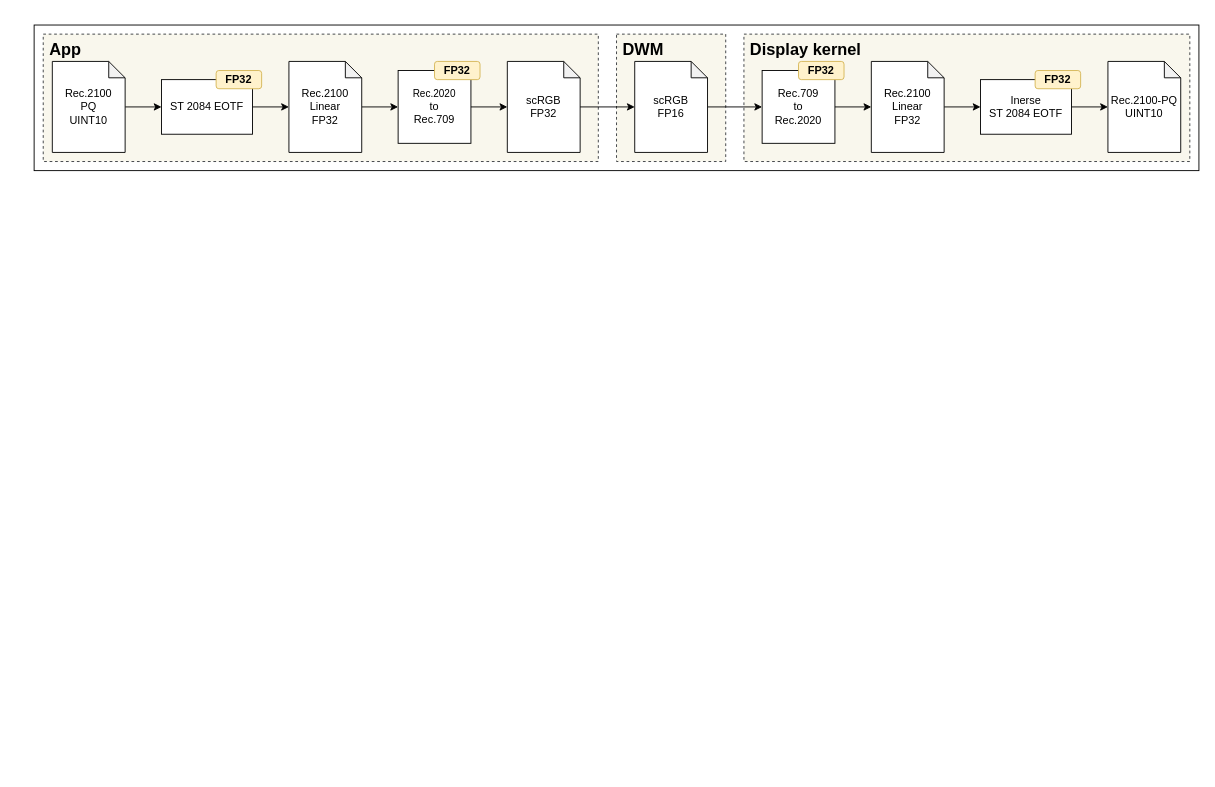
Before: page "Windows_Color_Process" (2 of 2) of 2024/06_Correct_Windows_HDR_Output2/img/windows_signal_processing.drawio in toru-ver4/sample_code, a draw.io diagram. Source tidied: cells renumbered, new cells numbered last; positions are measured from the earlier drawing's top-left corner, leaving out a move shared by most shapes. Both pictures are drawn from the tidied source at 91%, with x=0, y=0 at pixel (34, 25).
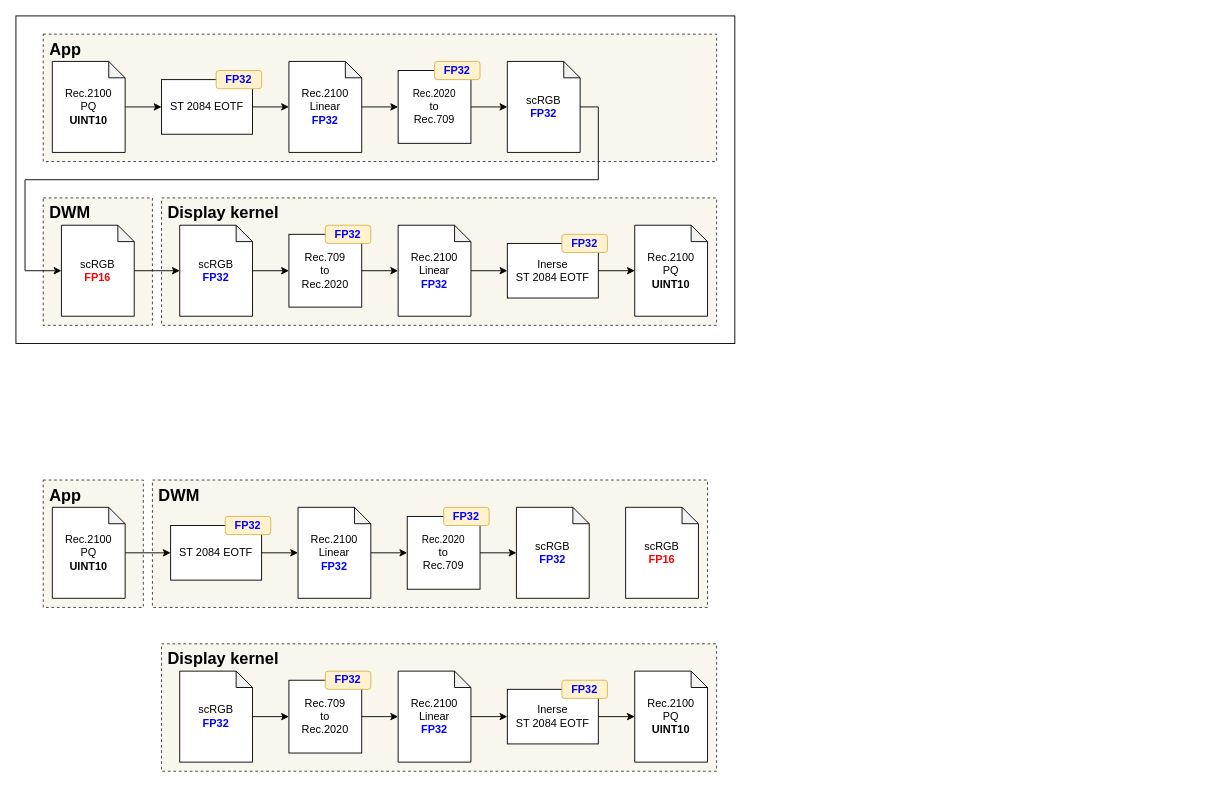
The same diagram, later.

The edit, as a diff of the source:
```diff
@@
     <mxCell id="2" style="rounded=0;whiteSpace=wrap;html=1;" parent="1" vertex="1">
-      <mxGeometry width="1280" height="160" as="geometry" />
+      <mxGeometry x="-20" y="-10" width="790" height="360" as="geometry" />
     </mxCell>
     <mxCell id="3" value="&amp;nbsp;Display kernel" style="rounded=0;whiteSpace=wrap;html=1;fontSize=18;verticalAlign=top;align=left;fontStyle=1;dashed=1;fillColor=#f9f7ed;strokeColor=#36393d;" parent="1" vertex="1">
-      <mxGeometry x="780" y="10" width="490" height="140" as="geometry" />
+      <mxGeometry x="140" y="190" width="610" height="140" as="geometry" />
     </mxCell>
     <mxCell id="4" value="&amp;nbsp;DWM" style="rounded=0;whiteSpace=wrap;html=1;fontSize=18;verticalAlign=top;align=left;fontStyle=1;dashed=1;fillColor=#f9f7ed;strokeColor=#36393d;" parent="1" vertex="1">
-      <mxGeometry x="640" y="10" width="120" height="140" as="geometry" />
+      <mxGeometry x="10" y="190" width="120" height="140" as="geometry" />
     </mxCell>
     <mxCell id="5" value="&amp;nbsp;App" style="rounded=0;whiteSpace=wrap;html=1;fontSize=18;verticalAlign=top;align=left;fontStyle=1;dashed=1;fillColor=#f9f7ed;strokeColor=#36393d;" parent="1" vertex="1">
-      <mxGeometry x="10" y="10" width="610" height="140" as="geometry" />
+      <mxGeometry x="10" y="10" width="740" height="140" as="geometry" />
     </mxCell>
@@
-    <mxCell id="7" value="&lt;div&gt;&lt;span style=&quot;background-color: initial;&quot;&gt;Rec.2100&lt;/span&gt;&lt;br&gt;&lt;/div&gt;&lt;div&gt;&lt;span style=&quot;background-color: initial;&quot;&gt;PQ&lt;/span&gt;&lt;/div&gt;UINT10" style="shape=note;whiteSpace=wrap;html=1;backgroundOutline=1;darkOpacity=0.05;size=18;" parent="1" vertex="1">
+    <mxCell id="7" value="&lt;div&gt;&lt;span style=&quot;background-color: initial;&quot;&gt;Rec.2100&lt;/span&gt;&lt;br&gt;&lt;/div&gt;&lt;div&gt;&lt;span style=&quot;background-color: initial;&quot;&gt;PQ&lt;/span&gt;&lt;/div&gt;&lt;b&gt;UINT10&lt;/b&gt;" style="shape=note;whiteSpace=wrap;html=1;backgroundOutline=1;darkOpacity=0.05;size=18;" parent="1" vertex="1">
       <mxGeometry x="20" y="40" width="80" height="100" as="geometry" />
     </mxCell>
@@
-    <mxCell id="9" value="&lt;div&gt;&lt;span style=&quot;background-color: initial;&quot;&gt;Rec.2100&lt;/span&gt;&lt;br&gt;&lt;/div&gt;&lt;div&gt;&lt;span style=&quot;background-color: initial;&quot;&gt;Linear&lt;/span&gt;&lt;/div&gt;FP32" style="shape=note;whiteSpace=wrap;html=1;backgroundOutline=1;darkOpacity=0.05;size=18;" parent="1" vertex="1">
+    <mxCell id="9" value="&lt;div&gt;&lt;span style=&quot;background-color: initial;&quot;&gt;Rec.2100&lt;/span&gt;&lt;br&gt;&lt;/div&gt;&lt;div&gt;&lt;span style=&quot;background-color: initial;&quot;&gt;Linear&lt;/span&gt;&lt;/div&gt;&lt;font color=&quot;#0000ff&quot;&gt;&lt;b&gt;FP32&lt;/b&gt;&lt;/font&gt;" style="shape=note;whiteSpace=wrap;html=1;backgroundOutline=1;darkOpacity=0.05;size=18;" parent="1" vertex="1">
       <mxGeometry x="280" y="40" width="80" height="100" as="geometry" />
     </mxCell>
-    <mxCell id="10" style="edgeStyle=orthogonalEdgeStyle;rounded=0;jettySize=auto;html=1;entryX=0;entryY=0.5;entryDx=0;entryDy=0;" parent="1" edge="1" source="11" target="15">
+    <mxCell id="10" style="edgeStyle=orthogonalEdgeStyle;rounded=0;jettySize=auto;html=1;entryX=0;entryY=0.5;entryDx=0;entryDy=0;entryPerimeter=0;" parent="1" edge="1" source="11" target="30">
       <mxGeometry relative="1" as="geometry" />
     </mxCell>
-    <mxCell id="11" value="&lt;div&gt;scRGB&lt;/div&gt;&lt;div&gt;FP16&lt;/div&gt;" style="shape=note;whiteSpace=wrap;html=1;backgroundOutline=1;darkOpacity=0.05;size=18;" parent="1" vertex="1">
-      <mxGeometry x="660" y="40" width="80" height="100" as="geometry" />
+    <mxCell id="11" value="&lt;div&gt;scRGB&lt;/div&gt;&lt;div&gt;&lt;font color=&quot;#ff0000&quot;&gt;&lt;b&gt;FP16&lt;/b&gt;&lt;/font&gt;&lt;/div&gt;" style="shape=note;whiteSpace=wrap;html=1;backgroundOutline=1;darkOpacity=0.05;size=18;" parent="1" vertex="1">
+      <mxGeometry x="30" y="220" width="80" height="100" as="geometry" />
     </mxCell>
-    <mxCell id="12" value="&lt;div&gt;Rec.2100-PQ&lt;/div&gt;&lt;div&gt;UINT10&lt;/div&gt;" style="shape=note;whiteSpace=wrap;html=1;backgroundOutline=1;darkOpacity=0.05;size=18;" parent="1" vertex="1">
-      <mxGeometry x="1180" y="40" width="80" height="100" as="geometry" />
+    <mxCell id="12" value="&lt;div&gt;Rec.2100&lt;/div&gt;&lt;div&gt;PQ&lt;/div&gt;&lt;div&gt;&lt;b&gt;UINT10&lt;/b&gt;&lt;/div&gt;" style="shape=note;whiteSpace=wrap;html=1;backgroundOutline=1;darkOpacity=0.05;size=18;" parent="1" vertex="1">
+      <mxGeometry x="660" y="220" width="80" height="100" as="geometry" />
     </mxCell>
@@
     <mxCell id="15" value="&lt;div&gt;&lt;span style=&quot;background-color: initial;&quot;&gt;Rec.709&lt;/span&gt;&lt;br&gt;&lt;/div&gt;&lt;div&gt;&lt;span style=&quot;background-color: initial;&quot;&gt;to&lt;/span&gt;&lt;/div&gt;&lt;div&gt;&lt;span style=&quot;background-color: initial;&quot;&gt;Rec.2020&lt;/span&gt;&lt;/div&gt;" style="rounded=0;whiteSpace=wrap;html=1;" parent="1" vertex="1">
-      <mxGeometry x="800" y="50" width="80" height="80" as="geometry" />
+      <mxGeometry x="280" y="230" width="80" height="80" as="geometry" />
     </mxCell>
-    <mxCell id="16" value="&lt;div&gt;scRGB&lt;/div&gt;&lt;div&gt;FP32&lt;/div&gt;" style="shape=note;whiteSpace=wrap;html=1;backgroundOutline=1;darkOpacity=0.05;size=18;" parent="1" vertex="1">
+    <mxCell id="16" value="&lt;div&gt;scRGB&lt;/div&gt;&lt;div&gt;&lt;b&gt;&lt;font color=&quot;#0000ff&quot;&gt;FP32&lt;/font&gt;&lt;/b&gt;&lt;/div&gt;" style="shape=note;whiteSpace=wrap;html=1;backgroundOutline=1;darkOpacity=0.05;size=18;" parent="1" vertex="1">
       <mxGeometry x="520" y="40" width="80" height="100" as="geometry" />
     </mxCell>
@@
-    <mxCell id="18" value="&lt;div&gt;&lt;span style=&quot;background-color: initial;&quot;&gt;Rec.2100&lt;/span&gt;&lt;br&gt;&lt;/div&gt;&lt;div&gt;&lt;span style=&quot;background-color: initial;&quot;&gt;Linear&lt;/span&gt;&lt;/div&gt;FP32" style="shape=note;whiteSpace=wrap;html=1;backgroundOutline=1;darkOpacity=0.05;size=18;" parent="1" vertex="1">
-      <mxGeometry x="920" y="40" width="80" height="100" as="geometry" />
+    <mxCell id="18" value="&lt;div&gt;&lt;span style=&quot;background-color: initial;&quot;&gt;Rec.2100&lt;/span&gt;&lt;br&gt;&lt;/div&gt;&lt;div&gt;&lt;span style=&quot;background-color: initial;&quot;&gt;Linear&lt;/span&gt;&lt;/div&gt;&lt;font color=&quot;#0000ff&quot;&gt;&lt;b&gt;FP32&lt;/b&gt;&lt;/font&gt;" style="shape=note;whiteSpace=wrap;html=1;backgroundOutline=1;darkOpacity=0.05;size=18;" parent="1" vertex="1">
+      <mxGeometry x="400" y="220" width="80" height="100" as="geometry" />
     </mxCell>
     <mxCell id="19" value="&lt;div&gt;Inerse&lt;/div&gt;&lt;div&gt;ST 2084 EOTF&lt;/div&gt;" style="rounded=0;whiteSpace=wrap;html=1;" parent="1" vertex="1">
-      <mxGeometry x="1040" y="60" width="100" height="60" as="geometry" />
+      <mxGeometry x="520" y="240" width="100" height="60" as="geometry" />
     </mxCell>
-    <mxCell id="20" value="FP32" style="rounded=1;whiteSpace=wrap;html=1;fillColor=#fff2cc;strokeColor=#d6b656;fontStyle=1;" parent="1" vertex="1">
+    <mxCell id="20" value="FP32" style="rounded=1;whiteSpace=wrap;html=1;fillColor=#fff2cc;strokeColor=#d6b656;fontStyle=1;fontColor=#0000FF;" parent="1" vertex="1">
       <mxGeometry x="200" y="50" width="50" height="20" as="geometry" />
     </mxCell>
-    <mxCell id="21" value="FP32" style="rounded=1;whiteSpace=wrap;html=1;fillColor=#fff2cc;strokeColor=#d6b656;fontStyle=1;" parent="1" vertex="1">
+    <mxCell id="21" value="FP32" style="rounded=1;whiteSpace=wrap;html=1;fillColor=#fff2cc;strokeColor=#d6b656;fontStyle=1;fontColor=#0000FF;" parent="1" vertex="1">
       <mxGeometry x="440" y="40" width="50" height="20" as="geometry" />
     </mxCell>
-    <mxCell id="22" value="FP32" style="rounded=1;whiteSpace=wrap;html=1;fillColor=#fff2cc;strokeColor=#d6b656;fontStyle=1;" parent="1" vertex="1">
-      <mxGeometry x="840" y="40" width="50" height="20" as="geometry" />
+    <mxCell id="22" value="&lt;font color=&quot;#0000ff&quot;&gt;FP32&lt;/font&gt;" style="rounded=1;whiteSpace=wrap;html=1;fillColor=#fff2cc;strokeColor=#d6b656;fontStyle=1;" parent="1" vertex="1">
+      <mxGeometry x="320" y="220" width="50" height="20" as="geometry" />
     </mxCell>
-    <mxCell id="23" value="FP32" style="rounded=1;whiteSpace=wrap;html=1;fillColor=#fff2cc;strokeColor=#d6b656;fontStyle=1;" parent="1" vertex="1">
-      <mxGeometry x="1100" y="50" width="50" height="20" as="geometry" />
+    <mxCell id="23" value="&lt;font color=&quot;#0000ff&quot;&gt;FP32&lt;/font&gt;" style="rounded=1;whiteSpace=wrap;html=1;fillColor=#fff2cc;strokeColor=#d6b656;fontStyle=1;" parent="1" vertex="1">
+      <mxGeometry x="580" y="230" width="50" height="20" as="geometry" />
     </mxCell>
@@
     <mxCell id="26" style="edgeStyle=orthogonalEdgeStyle;rounded=0;jettySize=auto;html=1;entryX=0;entryY=0.5;entryDx=0;entryDy=0;entryPerimeter=0;" parent="1" edge="1" source="16" target="11">
-      <mxGeometry relative="1" as="geometry" />
+      <mxGeometry relative="1" as="geometry">
+        <Array as="points">
+          <mxPoint x="620" y="90" />
+          <mxPoint x="620" y="170" />
+          <mxPoint x="-10" y="170" />
+          <mxPoint x="-10" y="270" />
+        </Array>
+      </mxGeometry>
     </mxCell>
@@
+    <mxCell id="29" style="edgeStyle=orthogonalEdgeStyle;rounded=0;jettySize=auto;html=1;entryX=0;entryY=0.5;entryDx=0;entryDy=0;" parent="1" edge="1" source="30" target="15">
+      <mxGeometry relative="1" as="geometry" />
+    </mxCell>
+    <mxCell id="30" value="&lt;div&gt;scRGB&lt;/div&gt;&lt;div&gt;&lt;b&gt;&lt;font color=&quot;#0000ff&quot;&gt;FP32&lt;/font&gt;&lt;/b&gt;&lt;/div&gt;" style="shape=note;whiteSpace=wrap;html=1;backgroundOutline=1;darkOpacity=0.05;size=18;" parent="1" vertex="1">
+      <mxGeometry x="160" y="220" width="80" height="100" as="geometry" />
+    </mxCell>
+    <mxCell id="31" value="&amp;nbsp;Display kernel" style="rounded=0;whiteSpace=wrap;html=1;fontSize=18;verticalAlign=top;align=left;fontStyle=1;dashed=1;fillColor=#f9f7ed;strokeColor=#36393d;" parent="1" vertex="1">
+      <mxGeometry x="140" y="680" width="610" height="140" as="geometry" />
+    </mxCell>
+    <mxCell id="32" value="&amp;nbsp;DWM" style="rounded=0;whiteSpace=wrap;html=1;fontSize=18;verticalAlign=top;align=left;fontStyle=1;dashed=1;fillColor=#f9f7ed;strokeColor=#36393d;" parent="1" vertex="1">
+      <mxGeometry x="130" y="500" width="610" height="140" as="geometry" />
+    </mxCell>
+    <mxCell id="33" value="&amp;nbsp;App" style="rounded=0;whiteSpace=wrap;html=1;fontSize=18;verticalAlign=top;align=left;fontStyle=1;dashed=1;fillColor=#f9f7ed;strokeColor=#36393d;" parent="1" vertex="1">
+      <mxGeometry x="10" y="500" width="110" height="140" as="geometry" />
+    </mxCell>
+    <mxCell id="34" style="edgeStyle=orthogonalEdgeStyle;rounded=0;jettySize=auto;html=1;entryX=0;entryY=0.5;entryDx=0;entryDy=0;" parent="1" edge="1" source="35" target="41">
+      <mxGeometry relative="1" as="geometry" />
+    </mxCell>
+    <mxCell id="35" value="&lt;div&gt;&lt;span style=&quot;background-color: initial;&quot;&gt;Rec.2100&lt;/span&gt;&lt;br&gt;&lt;/div&gt;&lt;div&gt;&lt;span style=&quot;background-color: initial;&quot;&gt;PQ&lt;/span&gt;&lt;/div&gt;&lt;b&gt;UINT10&lt;/b&gt;" style="shape=note;whiteSpace=wrap;html=1;backgroundOutline=1;darkOpacity=0.05;size=18;" parent="1" vertex="1">
+      <mxGeometry x="20" y="530" width="80" height="100" as="geometry" />
+    </mxCell>
+    <mxCell id="36" style="edgeStyle=orthogonalEdgeStyle;rounded=0;jettySize=auto;html=1;entryX=0;entryY=0.5;entryDx=0;entryDy=0;" parent="1" edge="1" source="37" target="40">
+      <mxGeometry relative="1" as="geometry" />
+    </mxCell>
+    <mxCell id="37" value="&lt;div&gt;&lt;span style=&quot;background-color: initial;&quot;&gt;Rec.2100&lt;/span&gt;&lt;br&gt;&lt;/div&gt;&lt;div&gt;&lt;span style=&quot;background-color: initial;&quot;&gt;Linear&lt;/span&gt;&lt;/div&gt;&lt;font color=&quot;#0000ff&quot;&gt;&lt;b&gt;FP32&lt;/b&gt;&lt;/font&gt;" style="shape=note;whiteSpace=wrap;html=1;backgroundOutline=1;darkOpacity=0.05;size=18;" parent="1" vertex="1">
+      <mxGeometry x="290" y="530" width="80" height="100" as="geometry" />
+    </mxCell>
+    <mxCell id="38" value="&lt;div&gt;scRGB&lt;/div&gt;&lt;div&gt;&lt;font color=&quot;#ff0000&quot;&gt;&lt;b&gt;FP16&lt;/b&gt;&lt;/font&gt;&lt;/div&gt;" style="shape=note;whiteSpace=wrap;html=1;backgroundOutline=1;darkOpacity=0.05;size=18;" parent="1" vertex="1">
+      <mxGeometry x="650" y="530" width="80" height="100" as="geometry" />
+    </mxCell>
+    <mxCell id="39" value="&lt;div&gt;Rec.2100&lt;/div&gt;&lt;div&gt;PQ&lt;/div&gt;&lt;div&gt;&lt;b&gt;UINT10&lt;/b&gt;&lt;/div&gt;" style="shape=note;whiteSpace=wrap;html=1;backgroundOutline=1;darkOpacity=0.05;size=18;" parent="1" vertex="1">
+      <mxGeometry x="660" y="710" width="80" height="100" as="geometry" />
+    </mxCell>
+    <mxCell id="40" value="&lt;div style=&quot;font-size: 11px;&quot;&gt;&lt;span style=&quot;background-color: initial;&quot;&gt;Rec.2020&lt;/span&gt;&lt;br&gt;&lt;/div&gt;&lt;div&gt;&lt;span style=&quot;background-color: initial;&quot;&gt;to&lt;/span&gt;&lt;/div&gt;&lt;div&gt;&lt;span style=&quot;background-color: initial;&quot;&gt;Rec.709&lt;/span&gt;&lt;/div&gt;" style="rounded=0;whiteSpace=wrap;html=1;" parent="1" vertex="1">
+      <mxGeometry x="410" y="540" width="80" height="80" as="geometry" />
+    </mxCell>
+    <mxCell id="41" value="&lt;div&gt;ST 2084 EOTF&lt;/div&gt;" style="rounded=0;whiteSpace=wrap;html=1;" parent="1" vertex="1">
+      <mxGeometry x="150" y="550" width="100" height="60" as="geometry" />
+    </mxCell>
+    <mxCell id="42" value="&lt;div&gt;&lt;span style=&quot;background-color: initial;&quot;&gt;Rec.709&lt;/span&gt;&lt;br&gt;&lt;/div&gt;&lt;div&gt;&lt;span style=&quot;background-color: initial;&quot;&gt;to&lt;/span&gt;&lt;/div&gt;&lt;div&gt;&lt;span style=&quot;background-color: initial;&quot;&gt;Rec.2020&lt;/span&gt;&lt;/div&gt;" style="rounded=0;whiteSpace=wrap;html=1;" parent="1" vertex="1">
+      <mxGeometry x="280" y="720" width="80" height="80" as="geometry" />
+    </mxCell>
+    <mxCell id="43" value="&lt;div&gt;scRGB&lt;/div&gt;&lt;div&gt;&lt;b&gt;&lt;font color=&quot;#0000ff&quot;&gt;FP32&lt;/font&gt;&lt;/b&gt;&lt;/div&gt;" style="shape=note;whiteSpace=wrap;html=1;backgroundOutline=1;darkOpacity=0.05;size=18;" parent="1" vertex="1">
+      <mxGeometry x="530" y="530" width="80" height="100" as="geometry" />
+    </mxCell>
+    <mxCell id="44" style="edgeStyle=orthogonalEdgeStyle;rounded=0;jettySize=auto;html=1;entryX=0;entryY=0.5;entryDx=0;entryDy=0;" parent="1" edge="1" source="45" target="46">
+      <mxGeometry relative="1" as="geometry" />
+    </mxCell>
+    <mxCell id="45" value="&lt;div&gt;&lt;span style=&quot;background-color: initial;&quot;&gt;Rec.2100&lt;/span&gt;&lt;br&gt;&lt;/div&gt;&lt;div&gt;&lt;span style=&quot;background-color: initial;&quot;&gt;Linear&lt;/span&gt;&lt;/div&gt;&lt;font color=&quot;#0000ff&quot;&gt;&lt;b&gt;FP32&lt;/b&gt;&lt;/font&gt;" style="shape=note;whiteSpace=wrap;html=1;backgroundOutline=1;darkOpacity=0.05;size=18;" parent="1" vertex="1">
+      <mxGeometry x="400" y="710" width="80" height="100" as="geometry" />
+    </mxCell>
+    <mxCell id="46" value="&lt;div&gt;Inerse&lt;/div&gt;&lt;div&gt;ST 2084 EOTF&lt;/div&gt;" style="rounded=0;whiteSpace=wrap;html=1;" parent="1" vertex="1">
+      <mxGeometry x="520" y="730" width="100" height="60" as="geometry" />
+    </mxCell>
+    <mxCell id="47" value="FP32" style="rounded=1;whiteSpace=wrap;html=1;fillColor=#fff2cc;strokeColor=#d6b656;fontStyle=1;fontColor=#0000FF;" parent="1" vertex="1">
+      <mxGeometry x="210" y="540" width="50" height="20" as="geometry" />
+    </mxCell>
+    <mxCell id="48" value="FP32" style="rounded=1;whiteSpace=wrap;html=1;fillColor=#fff2cc;strokeColor=#d6b656;fontStyle=1;fontColor=#0000FF;" parent="1" vertex="1">
+      <mxGeometry x="450" y="530" width="50" height="20" as="geometry" />
+    </mxCell>
+    <mxCell id="49" value="&lt;font color=&quot;#0000ff&quot;&gt;FP32&lt;/font&gt;" style="rounded=1;whiteSpace=wrap;html=1;fillColor=#fff2cc;strokeColor=#d6b656;fontStyle=1;" parent="1" vertex="1">
+      <mxGeometry x="320" y="710" width="50" height="20" as="geometry" />
+    </mxCell>
+    <mxCell id="50" value="&lt;font color=&quot;#0000ff&quot;&gt;FP32&lt;/font&gt;" style="rounded=1;whiteSpace=wrap;html=1;fillColor=#fff2cc;strokeColor=#d6b656;fontStyle=1;" parent="1" vertex="1">
+      <mxGeometry x="580" y="720" width="50" height="20" as="geometry" />
+    </mxCell>
+    <mxCell id="51" style="edgeStyle=orthogonalEdgeStyle;rounded=0;jettySize=auto;html=1;entryX=0;entryY=0.5;entryDx=0;entryDy=0;entryPerimeter=0;" parent="1" edge="1" source="41" target="37">
+      <mxGeometry relative="1" as="geometry" />
+    </mxCell>
+    <mxCell id="52" style="edgeStyle=orthogonalEdgeStyle;rounded=0;jettySize=auto;html=1;entryX=0;entryY=0.5;entryDx=0;entryDy=0;entryPerimeter=0;" parent="1" edge="1" source="40" target="43">
+      <mxGeometry relative="1" as="geometry" />
+    </mxCell>
+    <mxCell id="53" style="edgeStyle=orthogonalEdgeStyle;rounded=0;jettySize=auto;html=1;entryX=0;entryY=0.5;entryDx=0;entryDy=0;entryPerimeter=0;exitX=1;exitY=0.5;exitDx=0;exitDy=0;" parent="1" edge="1" source="42" target="45">
+      <mxGeometry relative="1" as="geometry" />
+    </mxCell>
+    <mxCell id="54" style="edgeStyle=orthogonalEdgeStyle;rounded=0;jettySize=auto;html=1;entryX=0;entryY=0.5;entryDx=0;entryDy=0;entryPerimeter=0;" parent="1" edge="1" source="46" target="39">
+      <mxGeometry relative="1" as="geometry" />
+    </mxCell>
+    <mxCell id="55" style="edgeStyle=orthogonalEdgeStyle;rounded=0;jettySize=auto;html=1;entryX=0;entryY=0.5;entryDx=0;entryDy=0;" parent="1" edge="1" source="56" target="42">
+      <mxGeometry relative="1" as="geometry" />
+    </mxCell>
+    <mxCell id="56" value="&lt;div&gt;scRGB&lt;/div&gt;&lt;div&gt;&lt;b&gt;&lt;font color=&quot;#0000ff&quot;&gt;FP32&lt;/font&gt;&lt;/b&gt;&lt;/div&gt;" style="shape=note;whiteSpace=wrap;html=1;backgroundOutline=1;darkOpacity=0.05;size=18;" parent="1" vertex="1">
+      <mxGeometry x="160" y="710" width="80" height="100" as="geometry" />
+    </mxCell>
```
